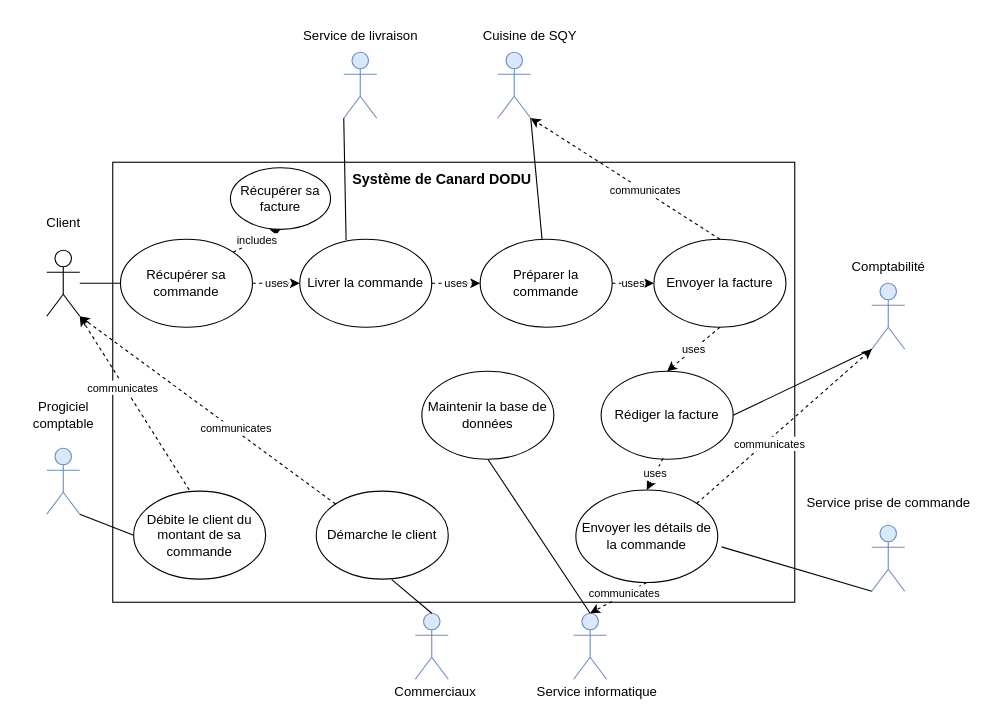
Above: Diagramme sans nom.drawio in Pi-erren/Canard_Dodu (draw.io), before the change. Source tidied: cells renumbered, new cells numbered last; positions are measured from the earlier drawing's top-left corner, leaving out a move shared by most shapes. Both pictures are drawn from the tidied source at 110%, with x=0, y=0 at pixel (19, 19).
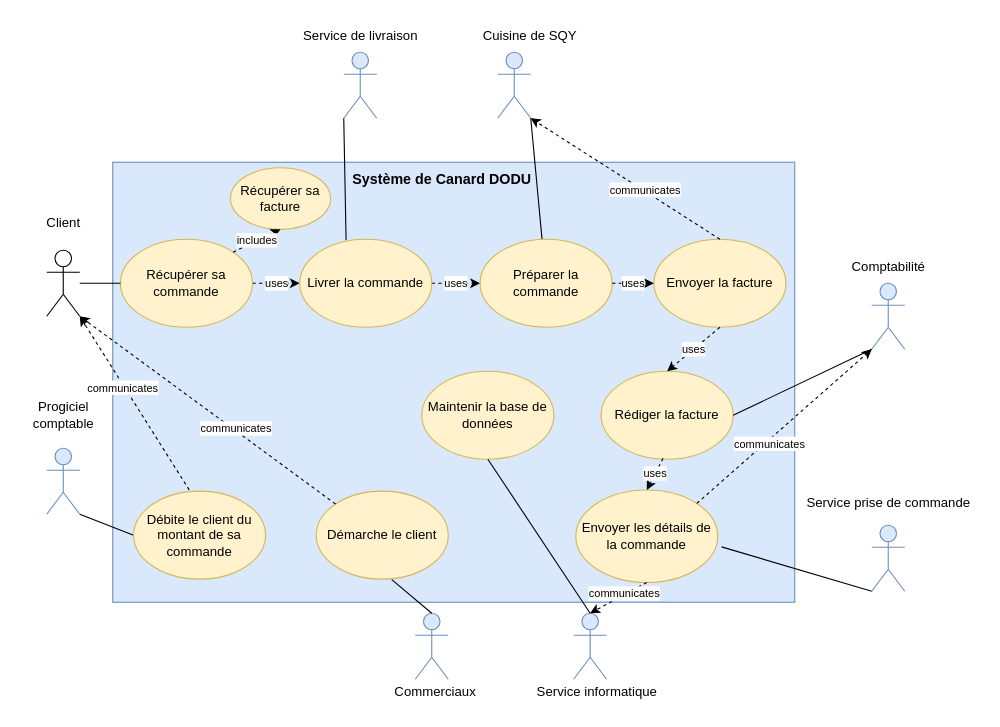
Above is the later version.

Commit message:
Mettre à jour Diagramme sans nom.drawio

Change to the diagram source:
```diff
@@
-    <mxCell id="2" style="rounded=0;whiteSpace=wrap;html=1;" parent="1" vertex="1">
+    <mxCell id="2" style="rounded=0;whiteSpace=wrap;html=1;fillColor=#dae8fc;strokeColor=#6c8ebf;" parent="1" vertex="1">
       <mxGeometry x="85" y="130" width="620" height="400" as="geometry" />
     </mxCell>
@@
-    <mxCell id="6" value="Récupérer sa commande" style="ellipse;whiteSpace=wrap;html=1;" parent="1" vertex="1">
+    <mxCell id="6" value="Récupérer sa commande" style="ellipse;whiteSpace=wrap;html=1;fillColor=#fff2cc;strokeColor=#d6b656;" parent="1" vertex="1">
       <mxGeometry x="92" y="200" width="120" height="80" as="geometry" />
     </mxCell>
@@
-    <mxCell id="11" value="Livrer la commande" style="ellipse;whiteSpace=wrap;html=1;" parent="1" vertex="1">
+    <mxCell id="11" value="Livrer la commande" style="ellipse;whiteSpace=wrap;html=1;fillColor=#fff2cc;strokeColor=#d6b656;" parent="1" vertex="1">
       <mxGeometry x="255" y="200" width="120" height="80" as="geometry" />
     </mxCell>
@@
-    <mxCell id="16" value="Rédiger la facture" style="ellipse;whiteSpace=wrap;html=1;" parent="1" vertex="1">
+    <mxCell id="16" value="Rédiger la facture" style="ellipse;whiteSpace=wrap;html=1;fillColor=#fff2cc;strokeColor=#d6b656;" parent="1" vertex="1">
       <mxGeometry x="529" y="320" width="120" height="80" as="geometry" />
     </mxCell>
@@
-    <mxCell id="24" value="Débite le client du montant de sa commande" style="ellipse;whiteSpace=wrap;html=1;" parent="1" vertex="1">
+    <mxCell id="24" value="Débite le client du montant de sa commande" style="ellipse;whiteSpace=wrap;html=1;fillColor=#fff2cc;strokeColor=#d6b656;" parent="1" vertex="1">
       <mxGeometry x="104" y="429" width="120" height="80" as="geometry" />
     </mxCell>
@@
-    <mxCell id="26" value="Envoyer les détails de la commande" style="ellipse;whiteSpace=wrap;html=1;" parent="1" vertex="1">
+    <mxCell id="26" value="Envoyer les détails de la commande" style="ellipse;whiteSpace=wrap;html=1;fillColor=#fff2cc;strokeColor=#d6b656;" parent="1" vertex="1">
       <mxGeometry x="506" y="428" width="129" height="84" as="geometry" />
     </mxCell>
@@
-    <mxCell id="34" value="Démarche le client" style="ellipse;whiteSpace=wrap;html=1;" parent="1" vertex="1">
+    <mxCell id="34" value="Démarche le client" style="ellipse;whiteSpace=wrap;html=1;fillColor=#fff2cc;strokeColor=#d6b656;" parent="1" vertex="1">
       <mxGeometry x="270" y="429" width="120" height="80" as="geometry" />
     </mxCell>
@@
-    <mxCell id="43" value="Maintenir la base de données" style="ellipse;whiteSpace=wrap;html=1;" parent="1" vertex="1">
+    <mxCell id="43" value="Maintenir la base de données" style="ellipse;whiteSpace=wrap;html=1;fillColor=#fff2cc;strokeColor=#d6b656;" parent="1" vertex="1">
       <mxGeometry x="366" y="320" width="120" height="80" as="geometry" />
     </mxCell>
@@
-    <mxCell id="45" value="Préparer la commande" style="ellipse;whiteSpace=wrap;html=1;" parent="1" vertex="1">
+    <mxCell id="45" value="Préparer la commande" style="ellipse;whiteSpace=wrap;html=1;fillColor=#fff2cc;strokeColor=#d6b656;" parent="1" vertex="1">
       <mxGeometry x="419" y="200" width="120" height="80" as="geometry" />
     </mxCell>
-    <mxCell id="46" value="Envoyer la facture" style="ellipse;whiteSpace=wrap;html=1;" parent="1" vertex="1">
+    <mxCell id="46" value="Envoyer la facture" style="ellipse;whiteSpace=wrap;html=1;fillColor=#fff2cc;strokeColor=#d6b656;" parent="1" vertex="1">
       <mxGeometry x="577" y="200" width="120" height="80" as="geometry" />
     </mxCell>
@@
-    <mxCell id="53" value="Récupérer sa facture" style="ellipse;whiteSpace=wrap;html=1;" parent="1" vertex="1">
+    <mxCell id="53" value="Récupérer sa facture" style="ellipse;whiteSpace=wrap;html=1;fillColor=#fff2cc;strokeColor=#d6b656;" parent="1" vertex="1">
       <mxGeometry x="192" y="135" width="91" height="56" as="geometry" />
     </mxCell>
```
